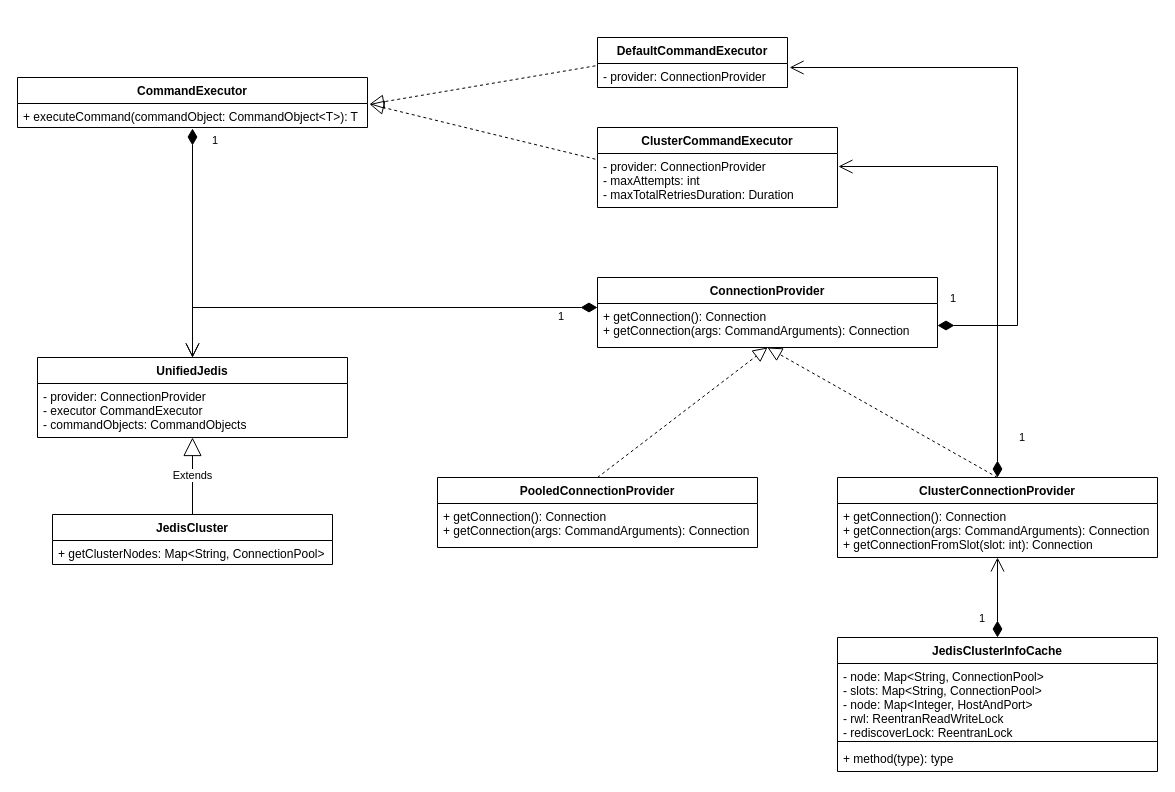
Earlier version of the draw.io diagram Jedis Cluster Class UML.drawio (caizhaomin001/drawio). Source tidied: cells renumbered, new cells numbered last; positions are measured from the earlier drawing's top-left corner, leaving out a move shared by most shapes. Both pictures are drawn from the tidied source at 100%, with x=0, y=0 at pixel (17, 37).
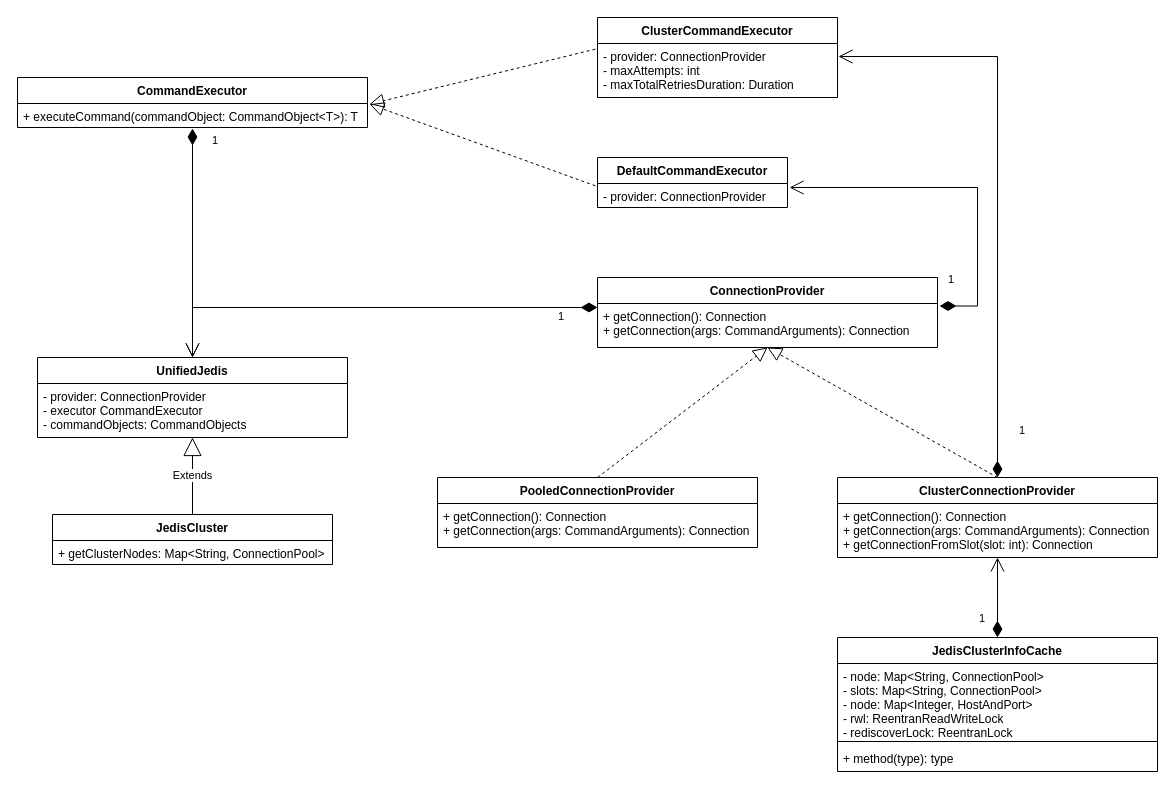
Above is the later version.

The change refers to these unchanged cells:
```xml
<mxCell id="3" value="+ getConnection(): Connection&#10;+ getConnection(args: CommandArguments): Connection" style="text;strokeColor=none;fillColor=none;align=left;verticalAlign=top;spacingLeft=4;spacingRight=4;overflow=hidden;points=[[0,0.5],[1,0.5]];portConstraint=eastwest;" parent="2" vertex="1">
  <mxGeometry y="26" width="340" height="44" as="geometry" />
</mxCell>
<mxCell id="13" value="- provider: ConnectionProvider" style="text;strokeColor=none;fillColor=none;align=left;verticalAlign=top;spacingLeft=4;spacingRight=4;overflow=hidden;points=[[0,0.5],[1,0.5]];portConstraint=eastwest;" parent="12" vertex="1">
  <mxGeometry y="26" width="190" height="24" as="geometry" />
</mxCell>
<mxCell id="15" value="- provider: ConnectionProvider&#10;- maxAttempts: int&#10;- maxTotalRetriesDuration: Duration" style="text;strokeColor=none;fillColor=none;align=left;verticalAlign=top;spacingLeft=4;spacingRight=4;overflow=hidden;points=[[0,0.5],[1,0.5]];portConstraint=eastwest;" parent="14" vertex="1">
  <mxGeometry y="26" width="240" height="54" as="geometry" />
</mxCell>
<mxCell id="20" value="ClusterConnectionProvider" style="swimlane;fontStyle=1;align=center;verticalAlign=top;horizontal=1;startSize=26;" parent="1" vertex="1">
  <mxGeometry x="820" y="440" width="320" height="80" as="geometry" />
</mxCell>
```

The edit, as a diff of the source:
```diff
@@
     <mxCell id="12" value="DefaultCommandExecutor" style="swimlane;fontStyle=1;align=center;verticalAlign=top;horizontal=1;startSize=26;" parent="1" vertex="1">
-      <mxGeometry x="580" width="190" height="50" as="geometry" />
+      <mxGeometry x="580" y="120" width="190" height="50" as="geometry" />
     </mxCell>
@@
     <mxCell id="14" value="ClusterCommandExecutor" style="swimlane;fontStyle=1;align=center;verticalAlign=top;horizontal=1;startSize=26;" parent="1" vertex="1">
-      <mxGeometry x="580" y="90" width="240" height="80" as="geometry" />
+      <mxGeometry x="580" y="-20" width="240" height="80" as="geometry" />
     </mxCell>
@@
-    <mxCell id="30" value="1" style="endArrow=open;html=1;endSize=12;startArrow=diamondThin;startSize=14;startFill=1;edgeStyle=orthogonalEdgeStyle;align=left;verticalAlign=bottom;rounded=0;entryX=1.011;entryY=0.167;entryDx=0;entryDy=0;entryPerimeter=0;exitX=1;exitY=0.5;exitDx=0;exitDy=0;" parent="1" edge="1" source="3" target="13">
+    <mxCell id="30" value="1" style="endArrow=open;html=1;endSize=12;startArrow=diamondThin;startSize=14;startFill=1;edgeStyle=orthogonalEdgeStyle;align=left;verticalAlign=bottom;rounded=0;entryX=1.011;entryY=0.167;entryDx=0;entryDy=0;entryPerimeter=0;exitX=1.006;exitY=0.057;exitDx=0;exitDy=0;exitPerimeter=0;" parent="1" edge="1" source="3" target="13">
       <mxGeometry x="-0.96" y="18" relative="1" as="geometry">
         <Array as="points">
-          <mxPoint x="1000" y="288" />
-          <mxPoint x="1000" y="30" />
+          <mxPoint x="960" y="269" />
+          <mxPoint x="960" y="150" />
         </Array>
       </mxGeometry>
     </mxCell>
     <mxCell id="31" value="1" style="endArrow=open;html=1;endSize=12;startArrow=diamondThin;startSize=14;startFill=1;edgeStyle=orthogonalEdgeStyle;align=left;verticalAlign=bottom;rounded=0;exitX=0.5;exitY=0;exitDx=0;exitDy=0;entryX=1.004;entryY=0.241;entryDx=0;entryDy=0;entryPerimeter=0;" parent="1" edge="1" source="20" target="15">
       <mxGeometry x="-0.87" y="-20" relative="1" as="geometry">
         <Array as="points">
-          <mxPoint x="980" y="129" />
+          <mxPoint x="980" y="19" />
         </Array>
       </mxGeometry>
     </mxCell>
```
